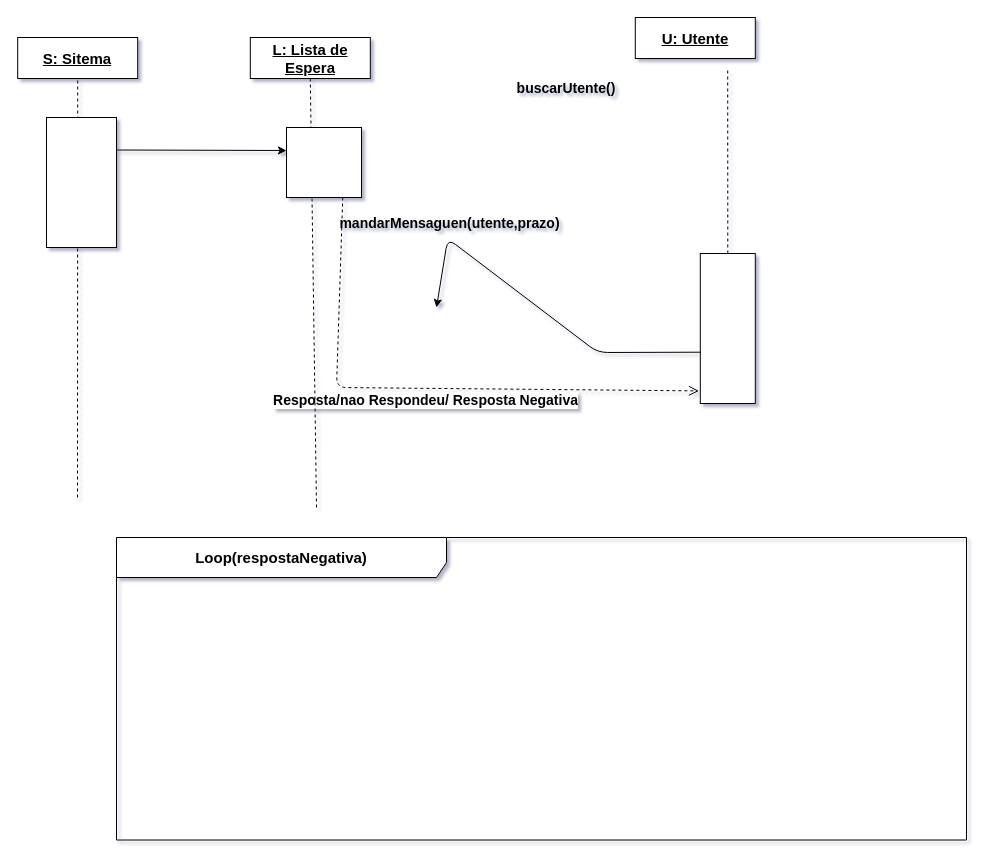
Above: DiagramaDeSequencia-ListaDeEspera.drawio in getSierralta/Si-Centro-Hospitalar-Upskill (draw.io), before the change. Source tidied: cells renumbered, new cells numbered last; positions are measured from the earlier drawing's top-left corner, leaving out a move shared by most shapes. Both pictures are drawn from the tidied source at 100%, with x=0, y=0 at pixel (17, 17).
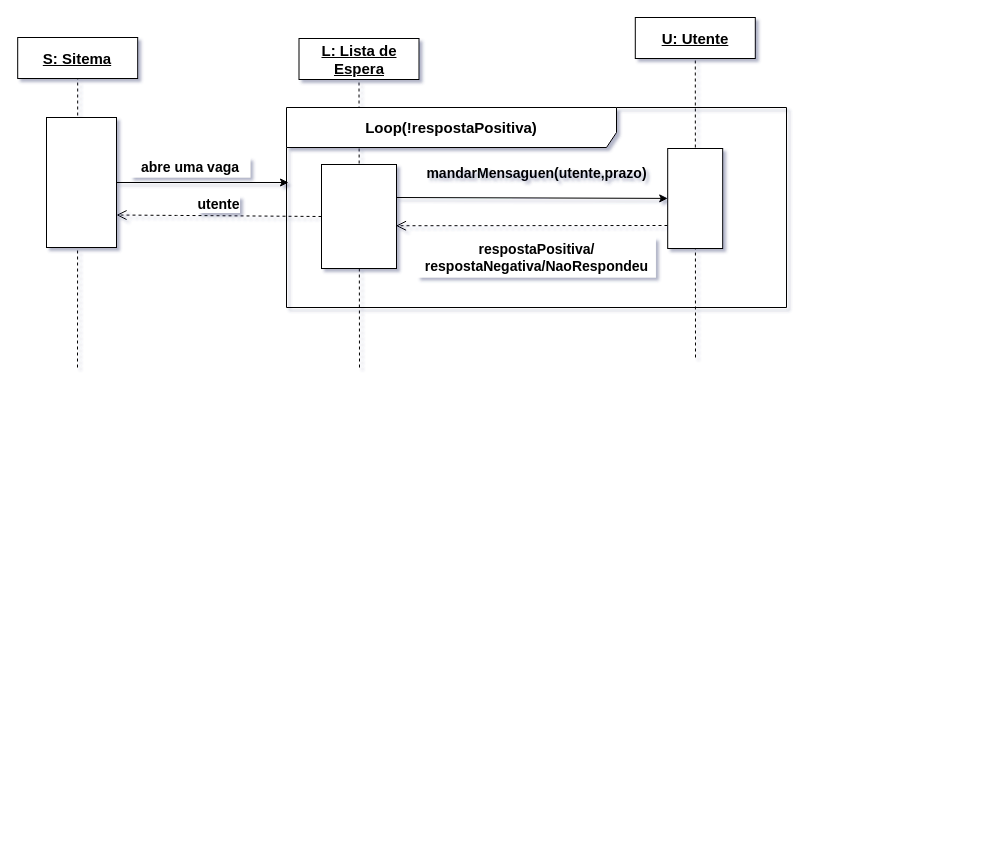
After the change.

The change refers to these unchanged cells:
```xml
<mxCell id="9" value="U: Utente" style="text;html=1;align=center;verticalAlign=middle;whiteSpace=wrap;rounded=0;fontStyle=5;fillColor=#ffffff;strokeColor=#000000;fontSize=15;" parent="1" vertex="1">
  <mxGeometry x="617.8" width="120" height="41" as="geometry" />
</mxCell>
<mxCell id="11" value="S: Sitema" style="text;html=1;align=center;verticalAlign=middle;whiteSpace=wrap;rounded=0;fontStyle=5;fillColor=#ffffff;strokeColor=#000000;fontSize=15;" parent="1" vertex="1">
  <mxGeometry x="0.2" y="20" width="120" height="41" as="geometry" />
</mxCell>
<mxCell id="16" style="rounded=0;whiteSpace=wrap;html=1;" parent="1" vertex="1">
  <mxGeometry x="29" y="100" width="70" height="130" as="geometry" />
</mxCell>
```

Change to the diagram source:
```diff
@@
-    <mxCell id="2" value="&lt;font style=&quot;font-size: 15px&quot;&gt;&lt;b&gt;Loop(respostaNegativa)&lt;/b&gt;&lt;/font&gt;" style="shape=umlFrame;whiteSpace=wrap;html=1;strokeColor=#000000;fillColor=#ffffff;fontSize=14;width=330;height=40;" parent="1" vertex="1">
-      <mxGeometry x="99" y="520" width="850" height="302.5" as="geometry" />
-    </mxCell>
     <mxCell id="3" value="L: Lista de Espera" style="text;html=1;align=center;verticalAlign=middle;whiteSpace=wrap;rounded=0;fontStyle=5;fillColor=#ffffff;strokeColor=#000000;fontSize=15;" parent="1" vertex="1">
-      <mxGeometry x="232.8" y="20" width="120" height="41" as="geometry" />
+      <mxGeometry x="281.5" y="21" width="120" height="41" as="geometry" />
     </mxCell>
-    <mxCell id="4" style="rounded=0;whiteSpace=wrap;html=1;strokeColor=#000000;fillColor=#ffffff;fontSize=14;" parent="1" vertex="1">
-      <mxGeometry x="682.8" y="236" width="55" height="150" as="geometry" />
-    </mxCell>
-    <mxCell id="5" value="buscarUtente()" style="text;html=1;strokeColor=none;fillColor=none;align=center;verticalAlign=middle;whiteSpace=wrap;rounded=0;fontStyle=1;fontSize=14;" parent="1" vertex="1">
-      <mxGeometry x="489" y="61" width="120" height="20" as="geometry" />
-    </mxCell>
-    <mxCell id="6" style="endArrow=classic;html=1;fontSize=14;exitX=0;exitY=0.658;exitDx=0;exitDy=0;exitPerimeter=0;" parent="1" edge="1" source="4">
-      <mxGeometry relative="1" as="geometry">
-        <mxPoint x="419" y="290" as="targetPoint" />
-        <Array as="points">
-          <mxPoint x="580.2" y="335" />
-          <mxPoint x="430.2" y="221" />
-        </Array>
-      </mxGeometry>
-    </mxCell>
-    <mxCell id="7" value="&lt;b&gt;Resposta/nao Respondeu/ Resposta Negativa&lt;/b&gt;" style="html=1;verticalAlign=bottom;endArrow=open;dashed=1;endSize=8;fontSize=14;entryX=-0.024;entryY=0.916;entryDx=0;entryDy=0;entryPerimeter=0;exitX=0.75;exitY=1;exitDx=0;exitDy=0;" parent="1" edge="1" source="13" target="4">
-      <mxGeometry x="0.01" y="-23" relative="1" as="geometry">
-        <Array as="points">
-          <mxPoint x="319" y="370" />
-        </Array>
-      </mxGeometry>
-    </mxCell>
     <mxCell id="8" value="mandarMensaguen(utente,prazo)" style="text;html=1;strokeColor=none;fillColor=none;align=center;verticalAlign=middle;whiteSpace=wrap;rounded=0;fontStyle=1;fontSize=14;" parent="1" vertex="1">
-      <mxGeometry x="315.2" y="196" width="235" height="20" as="geometry" />
+      <mxGeometry x="401.5" y="146" width="235" height="20" as="geometry" />
     </mxCell>
@@
-    <mxCell id="10" style="endArrow=none;dashed=1;html=1;entryX=0.5;entryY=1;entryDx=0;entryDy=0;" parent="1" edge="1" target="3">
-      <mxGeometry relative="1" as="geometry">
-        <mxPoint x="299" y="490" as="sourcePoint" />
-      </mxGeometry>
-    </mxCell>
@@
-    <mxCell id="12" style="endArrow=none;dashed=1;html=1;entryX=0.5;entryY=1;entryDx=0;entryDy=0;exitX=0.5;exitY=0;exitDx=0;exitDy=0;" parent="1" edge="1" source="4">
-      <mxGeometry relative="1" as="geometry">
-        <mxPoint x="710.2" y="50" as="targetPoint" />
-      </mxGeometry>
-    </mxCell>
-    <mxCell id="13" style="rounded=0;whiteSpace=wrap;html=1;strokeColor=#000000;fillColor=#ffffff;fontSize=14;" parent="1" vertex="1">
-      <mxGeometry x="269" y="110" width="75" height="70" as="geometry" />
-    </mxCell>
-    <mxCell id="14" style="endArrow=classic;html=1;exitX=1;exitY=0.25;exitDx=0;exitDy=0;" parent="1" edge="1" source="16">
+    <mxCell id="14" style="endArrow=classic;html=1;exitX=1;exitY=0.5;exitDx=0;exitDy=0;" parent="1" edge="1" source="16">
       <mxGeometry relative="1" as="geometry">
-        <mxPoint x="269" y="133" as="targetPoint" />
+        <mxPoint x="271" y="165" as="targetPoint" />
       </mxGeometry>
     </mxCell>
     <mxCell id="15" style="endArrow=none;dashed=1;html=1;entryX=0.5;entryY=1;entryDx=0;entryDy=0;" parent="1" edge="1" target="11">
       <mxGeometry relative="1" as="geometry">
-        <mxPoint x="60" y="480" as="sourcePoint" />
+        <mxPoint x="60" y="350" as="sourcePoint" />
       </mxGeometry>
     </mxCell>
@@
+    <mxCell id="17" value="abre uma vaga" style="text;html=1;strokeColor=none;align=center;verticalAlign=middle;whiteSpace=wrap;rounded=0;fontStyle=1;fontSize=14;fillColor=#ffffff;" parent="1" vertex="1">
+      <mxGeometry x="112.8" y="140" width="120" height="20" as="geometry" />
+    </mxCell>
+    <mxCell id="18" value="&lt;b&gt;&lt;font style=&quot;font-size: 14px&quot;&gt;utente&lt;/font&gt;&lt;/b&gt;" style="html=1;verticalAlign=bottom;endArrow=open;dashed=1;endSize=8;exitX=0;exitY=0.5;exitDx=0;exitDy=0;entryX=1;entryY=0.75;entryDx=0;entryDy=0;" parent="1" edge="1" source="13" target="16">
+      <mxGeometry relative="1" as="geometry">
+        <Array as="points">
+          <mxPoint x="169" y="198" />
+        </Array>
+      </mxGeometry>
+    </mxCell>
+    <mxCell id="19" style="endArrow=none;dashed=1;html=1;entryX=0.5;entryY=1;entryDx=0;entryDy=0;" parent="1" edge="1" target="3">
+      <mxGeometry relative="1" as="geometry">
+        <mxPoint x="342" y="350" as="sourcePoint" />
+      </mxGeometry>
+    </mxCell>
+    <mxCell id="13" style="rounded=0;whiteSpace=wrap;html=1;strokeColor=#000000;fillColor=#ffffff;fontSize=14;" parent="1" vertex="1">
+      <mxGeometry x="304" y="147" width="75" height="104" as="geometry" />
+    </mxCell>
+    <mxCell id="20" style="endArrow=none;dashed=1;html=1;entryX=0.5;entryY=1;entryDx=0;entryDy=0;" parent="1" edge="1" target="9">
+      <mxGeometry relative="1" as="geometry">
+        <mxPoint x="678" y="340" as="sourcePoint" />
+      </mxGeometry>
+    </mxCell>
+    <mxCell id="4" style="rounded=0;whiteSpace=wrap;html=1;strokeColor=#000000;fillColor=#ffffff;fontSize=14;" parent="1" vertex="1">
+      <mxGeometry x="650.2" y="131" width="55" height="100" as="geometry" />
+    </mxCell>
+    <mxCell id="21" style="endArrow=classic;html=1;" parent="1" edge="1" target="4">
+      <mxGeometry relative="1" as="geometry">
+        <mxPoint x="379" y="180" as="sourcePoint" />
+      </mxGeometry>
+    </mxCell>
+    <mxCell id="22" style="html=1;verticalAlign=bottom;endArrow=open;dashed=1;endSize=8;entryX=0.993;entryY=0.589;entryDx=0;entryDy=0;entryPerimeter=0;" parent="1" edge="1" target="13">
+      <mxGeometry relative="1" as="geometry">
+        <mxPoint x="650" y="208" as="sourcePoint" />
+      </mxGeometry>
+    </mxCell>
+    <mxCell id="23" value="respostaPositiva/&lt;br&gt;respostaNegativa/NaoRespondeu" style="text;html=1;strokeColor=none;align=center;verticalAlign=middle;whiteSpace=wrap;rounded=0;fontStyle=1;fontSize=14;fillColor=#ffffff;" parent="1" vertex="1">
+      <mxGeometry x="399.6" y="220" width="238.8" height="40" as="geometry" />
+    </mxCell>
+    <mxCell id="2" value="&lt;font style=&quot;font-size: 15px&quot;&gt;&lt;b&gt;Loop(!respostaPositiva)&lt;/b&gt;&lt;/font&gt;" style="shape=umlFrame;whiteSpace=wrap;html=1;strokeColor=#000000;fillColor=#ffffff;fontSize=14;width=330;height=40;" parent="1" vertex="1">
+      <mxGeometry x="269" y="90" width="500" height="200" as="geometry" />
+    </mxCell>
```
